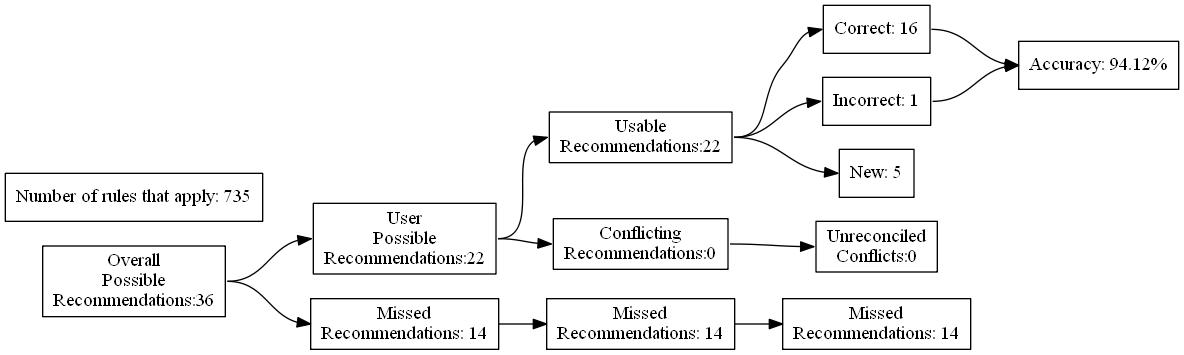
Earlier version of the Graphviz export test_renders/82.gv.png (ZaxR/ibd_diet_analysis). Its source is kept beside it as test_renders/82.gv.
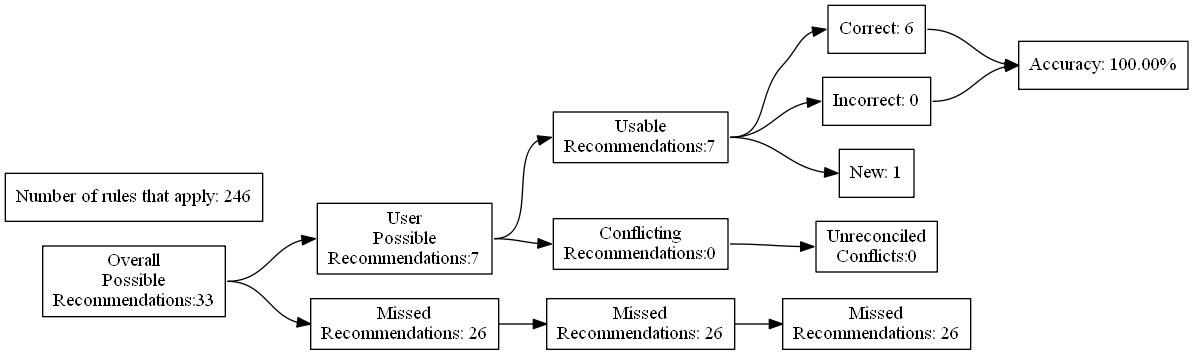
The same file after the commit.

Diff of the diagram source:
```diff
@@ -4,27 +4,27 @@
 	edge [headport=w tailport=e]
 		A [label="Overall
 Possible
-Recommendations:36"]
+Recommendations:33"]
 		B [label="User
 Possible
-Recommendations:22"]
+Recommendations:7"]
 		C [label="Missed
-Recommendations: 14"]
+Recommendations: 26"]
 		D [label="Usable
-Recommendations:22"]
+Recommendations:7"]
 		E [label="Conflicting
 Recommendations:0"]
 		J [label="Missed
-Recommendations: 14"]
+Recommendations: 26"]
 		M [label="Unreconciled
 Conflicts:0"]
-		F [label="Correct: 16"]
-		G [label="Incorrect: 1"]
-		H [label="New: 5"]
+		F [label="Correct: 6"]
+		G [label="Incorrect: 0"]
+		H [label="New: 1"]
 		K [label="Missed
-Recommendations: 14"]
-		I [label="Accuracy: 94.12%"]
-		l [label="Number of rules that apply: 735"]
+Recommendations: 26"]
+		I [label="Accuracy: 100.00%"]
+		l [label="Number of rules that apply: 246"]
 			A -> B
 			A -> C
 			B -> D
```
